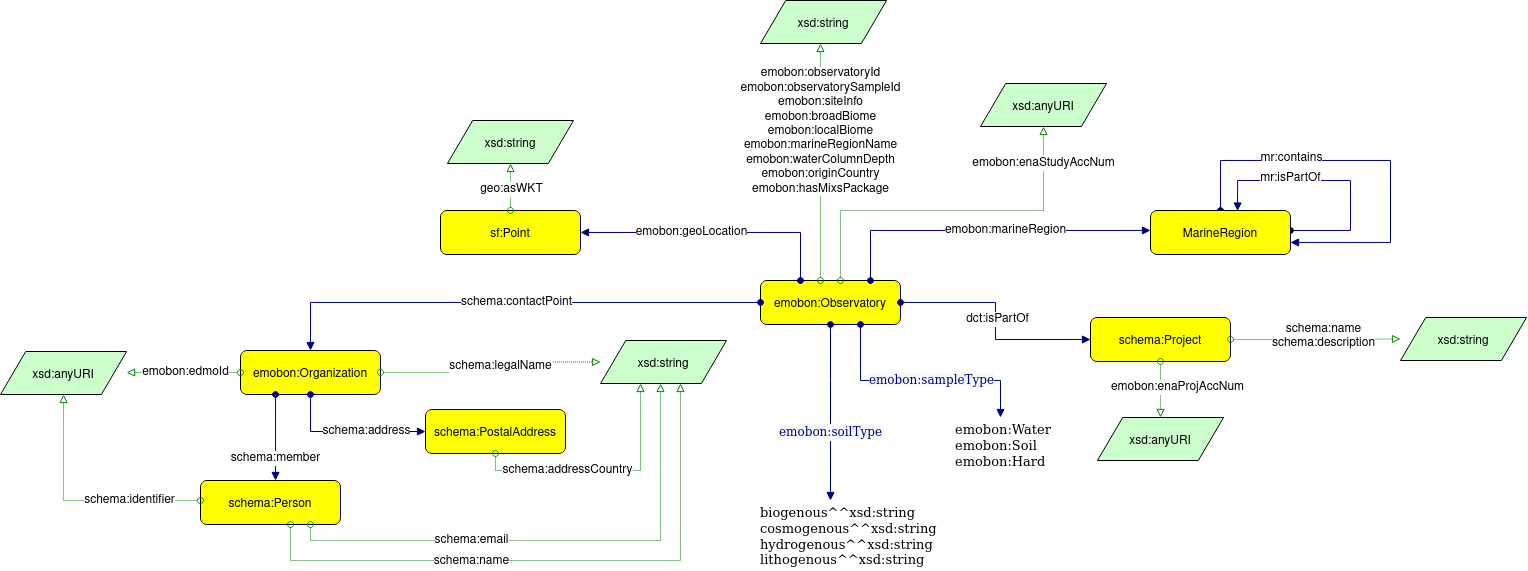
emo-bon/observatory-profile keeps this draw.io diagram as templates/docs/emobon_datamodel-observatory.drawio.png. Above is the earlier version. Source tidied: cells renumbered, new cells last; positions are measured from the earlier drawing's top-left corner, leaving out a move shared by most shapes.
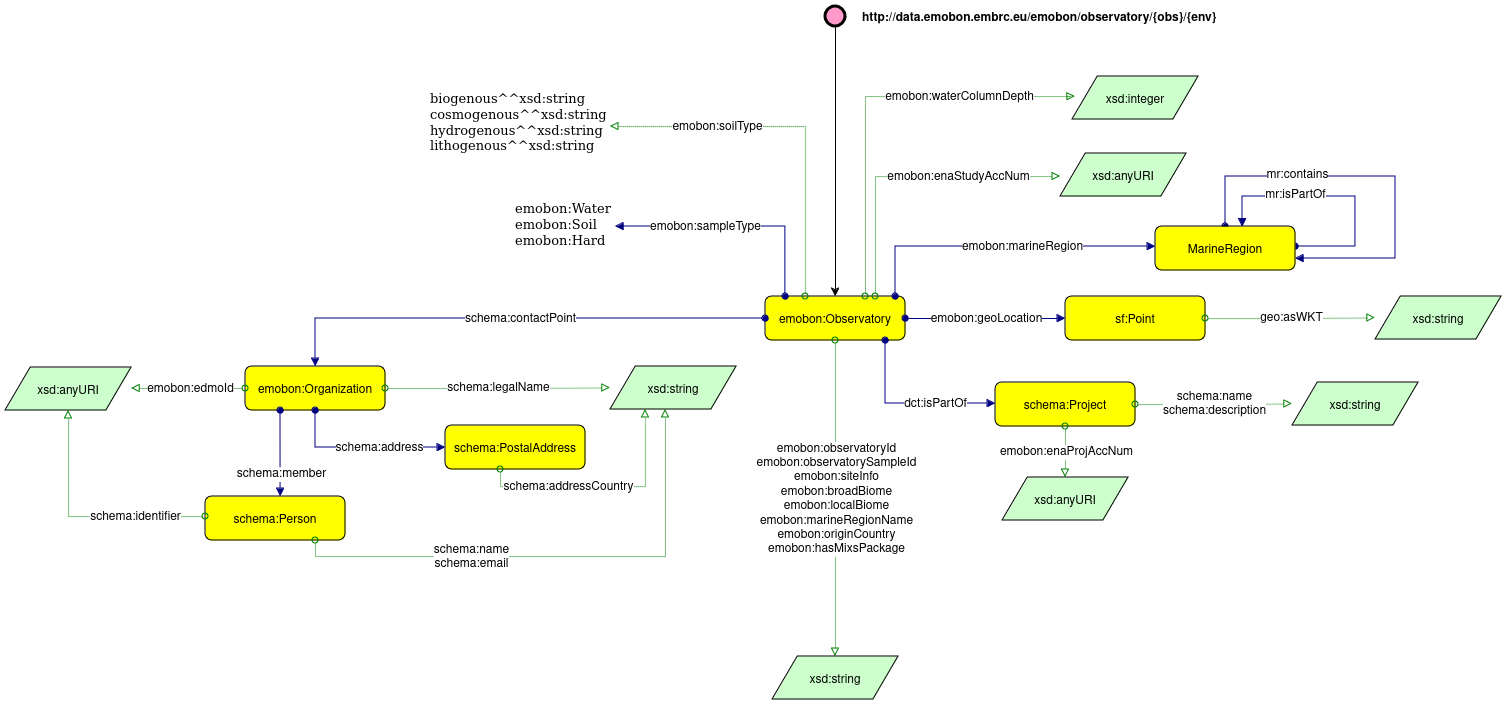
Later version of the same file.

Diff of the diagram source:
```diff
@@ -6,91 +6,80 @@
       <mxGeometry x="760" y="280" width="140" height="44" as="geometry" />
     </mxCell>
     <mxCell id="3" style="graphMlID=e6;rounded=0;endArrow=block;strokeColor=#008000;dashed=1;dashPattern=1 1;strokeWidth=1.0;startArrow=oval;startFill=0;endFill=0;edgeStyle=orthogonalEdgeStyle;" parent="1" edge="1" source="2" target="46">
-      <mxGeometry relative="1" as="geometry">
-        <Array as="points">
-          <mxPoint x="820" y="240" />
-          <mxPoint x="820" y="240" />
-        </Array>
-      </mxGeometry>
+      <mxGeometry relative="1" as="geometry" />
     </mxCell>
-    <mxCell id="4" value="emobon:observatoryId&lt;br&gt;emobon:observatorySampleId&lt;br&gt;emobon:siteInfo&lt;br&gt;emobon:broadBiome&lt;br&gt;emobon:localBiome&lt;br&gt;emobon:marineRegionName&lt;br&gt;emobon:waterColumnDepth&lt;br&gt;emobon:originCountry&lt;br&gt;emobon:hasMixsPackage" style="text;html=1;align=center;verticalAlign=middle;labelBackgroundColor=#ffffff;" parent="3" vertex="1">
-      <mxGeometry x="-0.09" y="3" relative="1" as="geometry">
-        <mxPoint x="3" y="-42" as="offset" />
-      </mxGeometry>
+    <mxCell id="4" value="emobon:observatoryId&lt;br&gt;emobon:observatorySampleId&lt;br&gt;emobon:siteInfo&lt;br&gt;emobon:broadBiome&lt;br&gt;emobon:localBiome&lt;br&gt;emobon:marineRegionName&lt;br&gt;emobon:originCountry&lt;br&gt;emobon:hasMixsPackage" style="text;html=1;align=center;verticalAlign=middle;labelBackgroundColor=#ffffff;" parent="3" vertex="1">
+      <mxGeometry relative="1" as="geometry" />
     </mxCell>
     <mxCell id="5" style="graphMlID=e0;rounded=0;endArrow=block;strokeColor=#000080;strokeWidth=1.0;startArrow=oval;startFill=1;endFill=1;edgeStyle=orthogonalEdgeStyle;" parent="1" edge="1" source="2" target="52">
       <mxGeometry relative="1" as="geometry">
         <Array as="points">
-          <mxPoint x="860" y="380" />
-          <mxPoint x="1000" y="380" />
+          <mxPoint x="780" y="210" />
         </Array>
       </mxGeometry>
     </mxCell>
-    <mxCell id="6" value="&lt;span style=&quot;color: rgb(0, 0, 128); font-family: &amp;quot;dialog&amp;quot;; font-size: 12px; background-color: rgb(248, 249, 250);&quot;&gt;emobon:sampleType&lt;/span&gt;" style="text;html=1;align=center;verticalAlign=middle;labelBackgroundColor=#ffffff;fontSize=12;" parent="5" vertex="1">
+    <mxCell id="6" value="emobon:sampleType" style="text;html=1;align=center;verticalAlign=middle;labelBackgroundColor=#ffffff;fontSize=12;" parent="5" vertex="1">
       <mxGeometry x="-0.02" y="2" relative="1" as="geometry">
-        <mxPoint x="12" y="2" as="offset" />
+        <mxPoint x="-33" y="-2" as="offset" />
       </mxGeometry>
     </mxCell>
     <mxCell id="7" style="graphMlID=e0;rounded=0;endArrow=block;strokeColor=#000080;strokeWidth=1.0;startArrow=oval;startFill=1;endFill=1;edgeStyle=orthogonalEdgeStyle;" parent="1" edge="1" source="2" target="9">
-      <mxGeometry relative="1" as="geometry" />
+      <mxGeometry relative="1" as="geometry">
+        <Array as="points">
+          <mxPoint x="880" y="387" />
+        </Array>
+      </mxGeometry>
     </mxCell>
     <mxCell id="8" value="dct:isPartOf" style="text;html=1;align=center;verticalAlign=middle;labelBackgroundColor=#ffffff;" parent="7" vertex="1">
-      <mxGeometry x="-0.02" y="2" relative="1" as="geometry" />
+      <mxGeometry relative="1" as="geometry">
+        <mxPoint x="25" as="offset" />
+      </mxGeometry>
     </mxCell>
     <mxCell id="9" value="schema:Project" style="graphMlID=n4;shape=rect;rounded=1;arcsize=30;fillColor=#ffff00;strokeColor=#000000;strokeWidth=1.0;" parent="1" vertex="1">
-      <mxGeometry x="1090" y="317" width="140" height="44" as="geometry" />
+      <mxGeometry x="990" y="366" width="140" height="44" as="geometry" />
     </mxCell>
     <mxCell id="10" style="graphMlID=e6;rounded=0;endArrow=block;strokeColor=#008000;dashed=1;dashPattern=1 1;strokeWidth=1.0;startArrow=oval;startFill=0;endFill=0;edgeStyle=orthogonalEdgeStyle;" parent="1" edge="1" source="9" target="47">
       <mxGeometry relative="1" as="geometry" />
     </mxCell>
     <mxCell id="11" value="schema:name&lt;br&gt;schema:description" style="text;html=1;align=center;verticalAlign=middle;labelBackgroundColor=#ffffff;" parent="10" vertex="1">
-      <mxGeometry x="-0.09" y="3" relative="1" as="geometry">
-        <mxPoint x="14" as="offset" />
-      </mxGeometry>
+      <mxGeometry relative="1" as="geometry" />
     </mxCell>
     <mxCell id="12" style="graphMlID=e6;rounded=0;endArrow=block;strokeColor=#008000;dashed=1;dashPattern=1 1;strokeWidth=1.0;startArrow=oval;startFill=0;endFill=0;edgeStyle=orthogonalEdgeStyle;" parent="1" edge="1" source="9" target="48">
       <mxGeometry relative="1" as="geometry" />
     </mxCell>
     <mxCell id="13" value="emobon:enaProjAccNum" style="text;html=1;align=center;verticalAlign=middle;labelBackgroundColor=#ffffff;" parent="12" vertex="1">
-      <mxGeometry x="-0.09" y="3" relative="1" as="geometry">
-        <mxPoint x="14" as="offset" />
-      </mxGeometry>
+      <mxGeometry relative="1" as="geometry" />
     </mxCell>
     <mxCell id="14" style="graphMlID=e6;rounded=0;endArrow=block;strokeColor=#008000;dashed=1;dashPattern=1 1;strokeWidth=1.0;startArrow=oval;startFill=0;endFill=0;edgeStyle=orthogonalEdgeStyle;" parent="1" edge="1" source="2" target="53">
       <mxGeometry relative="1" as="geometry">
         <Array as="points">
-          <mxPoint x="840" y="210" />
-          <mxPoint x="1043" y="210" />
+          <mxPoint x="870" y="160" />
         </Array>
       </mxGeometry>
     </mxCell>
     <mxCell id="15" value="emobon:enaStudyAccNum" style="text;html=1;align=center;verticalAlign=middle;labelBackgroundColor=#ffffff;" parent="14" vertex="1">
-      <mxGeometry x="-0.09" y="3" relative="1" as="geometry">
-        <mxPoint x="110" y="-44" as="offset" />
+      <mxGeometry relative="1" as="geometry">
+        <mxPoint x="49" as="offset" />
       </mxGeometry>
     </mxCell>
     <mxCell id="16" value="sf:Point" style="graphMlID=n4;shape=rect;rounded=1;arcsize=30;fillColor=#ffff00;strokeColor=#000000;strokeWidth=1.0;" parent="1" vertex="1">
-      <mxGeometry x="440" y="210" width="140" height="44" as="geometry" />
+      <mxGeometry x="1060" y="280" width="140" height="44" as="geometry" />
     </mxCell>
     <mxCell id="17" style="graphMlID=e0;rounded=0;endArrow=block;strokeColor=#000080;strokeWidth=1.0;startArrow=oval;startFill=1;endFill=1;edgeStyle=orthogonalEdgeStyle;" parent="1" edge="1" source="2" target="16">
       <mxGeometry relative="1" as="geometry">
         <Array as="points">
-          <mxPoint x="800" y="232" />
+          <mxPoint x="1160" y="290" />
         </Array>
       </mxGeometry>
     </mxCell>
     <mxCell id="18" value="emobon:geoLocation" style="text;html=1;align=center;verticalAlign=middle;labelBackgroundColor=#ffffff;" parent="17" vertex="1">
-      <mxGeometry x="-0.02" y="2" relative="1" as="geometry">
-        <mxPoint x="-26" y="-2" as="offset" />
-      </mxGeometry>
+      <mxGeometry relative="1" as="geometry" />
     </mxCell>
     <mxCell id="19" style="graphMlID=e6;rounded=0;endArrow=block;strokeColor=#008000;dashed=1;dashPattern=1 1;strokeWidth=1.0;startArrow=oval;startFill=0;endFill=0;edgeStyle=orthogonalEdgeStyle;" parent="1" edge="1" source="16" target="51">
       <mxGeometry relative="1" as="geometry" />
     </mxCell>
     <mxCell id="20" value="geo:asWKT" style="text;html=1;align=center;verticalAlign=middle;labelBackgroundColor=#ffffff;" parent="19" vertex="1">
-      <mxGeometry x="-0.09" y="3" relative="1" as="geometry">
-        <mxPoint x="4" as="offset" />
-      </mxGeometry>
+      <mxGeometry relative="1" as="geometry" />
     </mxCell>
     <mxCell id="21" style="graphMlID=e0;rounded=0;endArrow=block;strokeColor=#000080;strokeWidth=1.0;startArrow=oval;startFill=1;endFill=1;edgeStyle=orthogonalEdgeStyle;" parent="1" edge="1" source="2" target="23">
       <mxGeometry relative="1" as="geometry" />
@@ -107,9 +96,7 @@
       <mxGeometry relative="1" as="geometry" />
     </mxCell>
     <mxCell id="25" value="schema:legalName" style="text;html=1;align=center;verticalAlign=middle;labelBackgroundColor=#ffffff;" parent="24" vertex="1">
-      <mxGeometry x="-0.09" y="3" relative="1" as="geometry">
-        <mxPoint x="14" y="-3" as="offset" />
-      </mxGeometry>
+      <mxGeometry relative="1" as="geometry" />
     </mxCell>
     <mxCell id="26" style="graphMlID=e6;rounded=0;endArrow=block;strokeColor=#008000;dashed=1;dashPattern=1 1;strokeWidth=1.0;startArrow=oval;startFill=0;endFill=0;edgeStyle=orthogonalEdgeStyle;" parent="1" edge="1" source="23" target="50">
       <mxGeometry relative="1" as="geometry">
@@ -136,7 +123,7 @@
       </mxGeometry>
     </mxCell>
     <mxCell id="30" value="schema:PostalAddress" style="graphMlID=n4;shape=rect;rounded=1;arcsize=30;fillColor=#ffff00;strokeColor=#000000;strokeWidth=1.0;" parent="1" vertex="1">
-      <mxGeometry x="425" y="409" width="140" height="44" as="geometry" />
+      <mxGeometry x="440" y="409" width="140" height="44" as="geometry" />
     </mxCell>
     <mxCell id="31" style="graphMlID=e6;rounded=0;endArrow=block;strokeColor=#008000;dashed=1;dashPattern=1 1;strokeWidth=1.0;startArrow=oval;startFill=0;endFill=0;edgeStyle=orthogonalEdgeStyle;" parent="1" edge="1" source="30" target="49">
       <mxGeometry relative="1" as="geometry">
@@ -167,19 +154,6 @@
     <mxCell id="35" value="schema:Person" style="graphMlID=n4;shape=rect;rounded=1;arcsize=30;fillColor=#ffff00;strokeColor=#000000;strokeWidth=1.0;" parent="1" vertex="1">
       <mxGeometry x="200" y="480" width="140" height="44" as="geometry" />
     </mxCell>
-    <mxCell id="36" style="graphMlID=e6;rounded=0;endArrow=block;strokeColor=#008000;dashed=1;dashPattern=1 1;strokeWidth=1.0;startArrow=oval;startFill=0;endFill=0;edgeStyle=orthogonalEdgeStyle;" parent="1" edge="1" source="35" target="49">
-      <mxGeometry relative="1" as="geometry">
-        <Array as="points">
-          <mxPoint x="290" y="560" />
-          <mxPoint x="680" y="560" />
-        </Array>
-      </mxGeometry>
-    </mxCell>
-    <mxCell id="37" value="schema:name" style="text;html=1;align=center;verticalAlign=middle;labelBackgroundColor=#ffffff;" parent="36" vertex="1">
-      <mxGeometry x="-0.09" y="3" relative="1" as="geometry">
-        <mxPoint x="-59" y="4" as="offset" />
-      </mxGeometry>
-    </mxCell>
     <mxCell id="38" style="graphMlID=e6;rounded=0;endArrow=block;strokeColor=#008000;dashed=1;dashPattern=1 1;strokeWidth=1.0;startArrow=oval;startFill=0;endFill=0;edgeStyle=orthogonalEdgeStyle;" parent="1" edge="1" source="35" target="49">
       <mxGeometry relative="1" as="geometry">
         <Array as="points">
@@ -188,7 +162,7 @@
         </Array>
       </mxGeometry>
     </mxCell>
-    <mxCell id="39" value="schema:email" style="text;html=1;align=center;verticalAlign=middle;labelBackgroundColor=#ffffff;" parent="38" vertex="1">
+    <mxCell id="39" value="schema:name&lt;br&gt;schema:email" style="text;html=1;align=center;verticalAlign=middle;labelBackgroundColor=#ffffff;" parent="38" vertex="1">
       <mxGeometry x="-0.09" y="3" relative="1" as="geometry">
         <mxPoint x="-63" y="3" as="offset" />
       </mxGeometry>
@@ -234,52 +208,39 @@
       </mxGeometry>
     </mxCell>
     <mxCell id="46" value="xsd:string" style="graphMlID=n6;shape=parallelogram;fillColor=#ccffcc;strokeColor=#000000;strokeWidth=1.0;" parent="1" vertex="1">
-      <mxGeometry x="760" width="126.1" height="43" as="geometry" />
+      <mxGeometry x="767" y="640" width="126.1" height="43" as="geometry" />
     </mxCell>
     <mxCell id="47" value="xsd:string" style="graphMlID=n6;shape=parallelogram;fillColor=#ccffcc;strokeColor=#000000;strokeWidth=1.0;" parent="1" vertex="1">
-      <mxGeometry x="1400" y="317" width="126.1" height="43" as="geometry" />
+      <mxGeometry x="1287" y="366" width="126.1" height="43" as="geometry" />
     </mxCell>
     <mxCell id="48" value="xsd:anyURI" style="graphMlID=n6;shape=parallelogram;fillColor=#ccffcc;strokeColor=#000000;strokeWidth=1.0;" parent="1" vertex="1">
-      <mxGeometry x="1097" y="417" width="126.1" height="43" as="geometry" />
+      <mxGeometry x="997" y="461" width="126.1" height="43" as="geometry" />
     </mxCell>
     <mxCell id="49" value="xsd:string" style="graphMlID=n6;shape=parallelogram;fillColor=#ccffcc;strokeColor=#000000;strokeWidth=1.0;" parent="1" vertex="1">
-      <mxGeometry x="600" y="340" width="126.1" height="43" as="geometry" />
+      <mxGeometry x="605" y="350" width="126.1" height="43" as="geometry" />
     </mxCell>
     <mxCell id="50" value="xsd:anyURI" style="graphMlID=n6;shape=parallelogram;fillColor=#ccffcc;strokeColor=#000000;strokeWidth=1.0;" parent="1" vertex="1">
       <mxGeometry y="351" width="126.1" height="43" as="geometry" />
     </mxCell>
     <mxCell id="51" value="xsd:string" style="graphMlID=n6;shape=parallelogram;fillColor=#ccffcc;strokeColor=#000000;strokeWidth=1.0;" parent="1" vertex="1">
-      <mxGeometry x="446.9" y="120" width="126.1" height="43" as="geometry" />
+      <mxGeometry x="1370" y="280" width="126.1" height="43" as="geometry" />
     </mxCell>
     <mxCell id="52" value="emobon:Water&lt;br style=&quot;font-size: 13px;&quot;&gt;emobon:Soil&lt;br style=&quot;font-size: 13px;&quot;&gt;emobon:Hard" style="text;html=1;spacing=0;align=left;fontFamily=dialog;fontSize=13;fontStyle=0;fontColor=#000000;" parent="1" vertex="1">
-      <mxGeometry x="955" y="417" width="100" height="57" as="geometry" />
+      <mxGeometry x="510" y="180" width="100" height="57" as="geometry" />
     </mxCell>
     <mxCell id="53" value="xsd:anyURI" style="graphMlID=n6;shape=parallelogram;fillColor=#ccffcc;strokeColor=#000000;strokeWidth=1.0;" parent="1" vertex="1">
-      <mxGeometry x="980" y="83" width="126.1" height="43" as="geometry" />
+      <mxGeometry x="1055" y="137" width="126.1" height="43" as="geometry" />
     </mxCell>
     <mxCell id="54" value="&lt;div&gt;biogenous^^xsd:string&lt;/div&gt;&lt;div&gt;cosmogenous^^xsd:string&lt;/div&gt;&lt;div&gt;hydrogenous^^xsd:string&lt;/div&gt;&lt;div&gt;lithogenous^^xsd:string&lt;/div&gt;" style="text;html=1;spacing=0;align=left;fontFamily=dialog;fontSize=13;fontStyle=0;fontColor=#000000;" parent="1" vertex="1">
-      <mxGeometry x="760" y="500" width="180" height="70" as="geometry" />
+      <mxGeometry x="425" y="69.5" width="180" height="70" as="geometry" />
     </mxCell>
-    <mxCell id="55" style="graphMlID=e0;rounded=0;endArrow=block;strokeColor=#000080;strokeWidth=1.0;startArrow=oval;startFill=1;endFill=1;edgeStyle=orthogonalEdgeStyle;" parent="1" edge="1" source="2" target="54">
-      <mxGeometry relative="1" as="geometry">
-        <Array as="points">
-          <mxPoint x="830" y="380" />
-          <mxPoint x="830" y="380" />
-        </Array>
-      </mxGeometry>
-    </mxCell>
-    <mxCell id="56" value="&lt;span style=&quot;color: rgb(0, 0, 128); font-family: &amp;quot;dialog&amp;quot;; font-size: 12px; background-color: rgb(248, 249, 250);&quot;&gt;emobon:soilType&lt;/span&gt;" style="text;html=1;align=center;verticalAlign=middle;labelBackgroundColor=#ffffff;fontSize=12;" parent="55" vertex="1">
-      <mxGeometry x="-0.02" y="2" relative="1" as="geometry">
-        <mxPoint x="-2" y="21" as="offset" />
-      </mxGeometry>
-    </mxCell>
     <mxCell id="57" value="MarineRegion" style="graphMlID=n4;shape=rect;rounded=1;arcsize=30;fillColor=#ffff00;strokeColor=#000000;strokeWidth=1.0;" parent="1" vertex="1">
       <mxGeometry x="1150" y="210" width="140" height="44" as="geometry" />
     </mxCell>
     <mxCell id="58" style="graphMlID=e0;rounded=0;endArrow=block;strokeColor=#000080;strokeWidth=1.0;startArrow=oval;startFill=1;endFill=1;edgeStyle=orthogonalEdgeStyle;" parent="1" edge="1" source="2" target="57">
       <mxGeometry relative="1" as="geometry">
         <Array as="points">
-          <mxPoint x="870" y="230" />
+          <mxPoint x="890" y="230" />
         </Array>
       </mxGeometry>
     </mxCell>
@@ -288,5 +249,40 @@
         <mxPoint x="23" y="2" as="offset" />
       </mxGeometry>
     </mxCell>
+    <mxCell id="60" style="edgeStyle=orthogonalEdgeStyle;rounded=0;jettySize=auto;html=1;" parent="1" edge="1" source="61" target="2">
+      <mxGeometry relative="1" as="geometry" />
+    </mxCell>
+    <mxCell id="61" value="http://data.emobon.embrc.eu/emobon/observatory/{obs}/{env}" style="graphMlID=n9;shape=ellipse;fillColor=#ff99cc;strokeColor=#000000;strokeWidth=3.0;verticalAlign=middle;labelPosition=right;verticalLabelPosition=middle;align=left;spacingRight=1;spacing=17;fontStyle=1;" parent="1" vertex="1">
+      <mxGeometry x="820" y="-10" width="20" height="20" as="geometry" />
+    </mxCell>
+    <mxCell id="62" style="graphMlID=e6;rounded=0;endArrow=block;strokeColor=#008000;dashed=1;dashPattern=1 1;strokeWidth=1.0;startArrow=oval;startFill=0;endFill=0;edgeStyle=orthogonalEdgeStyle;" parent="1" edge="1" source="2">
+      <mxGeometry relative="1" as="geometry">
+        <mxPoint x="1070" y="80" as="targetPoint" />
+        <Array as="points">
+          <mxPoint x="860" y="80" />
+          <mxPoint x="1065" y="80" />
+        </Array>
+      </mxGeometry>
+    </mxCell>
+    <mxCell id="63" value="emobon:waterColumnDepth" style="text;html=1;align=center;verticalAlign=middle;labelBackgroundColor=#ffffff;" parent="62" vertex="1">
+      <mxGeometry relative="1" as="geometry">
+        <mxPoint x="88" as="offset" />
+      </mxGeometry>
+    </mxCell>
+    <mxCell id="64" value="xsd:integer" style="graphMlID=n6;shape=parallelogram;fillColor=#ccffcc;strokeColor=#000000;strokeWidth=1.0;" parent="1" vertex="1">
+      <mxGeometry x="1067" y="60" width="126.1" height="43" as="geometry" />
+    </mxCell>
+    <mxCell id="55" style="graphMlID=e6;rounded=0;endArrow=block;strokeColor=#008000;dashed=1;dashPattern=1 1;strokeWidth=1.0;startArrow=oval;startFill=0;endFill=0;edgeStyle=orthogonalEdgeStyle;" parent="1" edge="1" source="2" target="54">
+      <mxGeometry relative="1" as="geometry">
+        <Array as="points">
+          <mxPoint x="800" y="110" />
+        </Array>
+      </mxGeometry>
+    </mxCell>
+    <mxCell id="56" value="emobon:soilType" style="text;html=1;align=center;verticalAlign=middle;labelBackgroundColor=#ffffff;" parent="55" vertex="1">
+      <mxGeometry relative="1" as="geometry">
+        <mxPoint x="-77" as="offset" />
+      </mxGeometry>
+    </mxCell>
   </root>
 </mxGraphModel>
```
